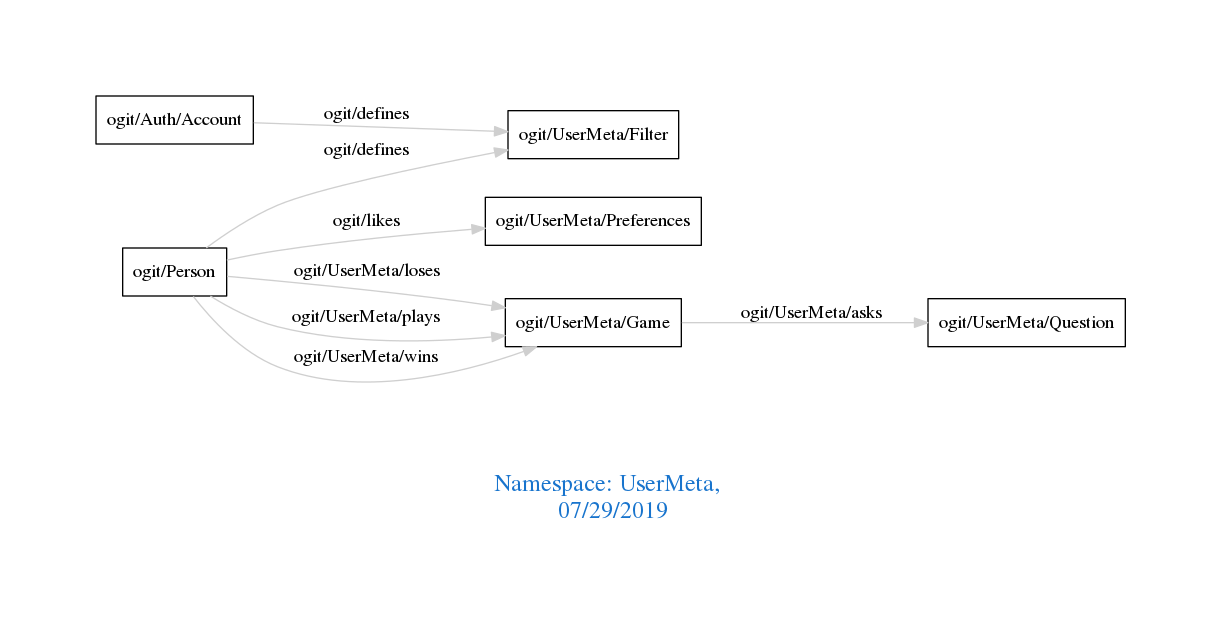
The Graphviz diagram downloads/UserMeta.png in arago/OGIT, before a commit. Its source is kept beside it as downloads/UserMeta.dot.
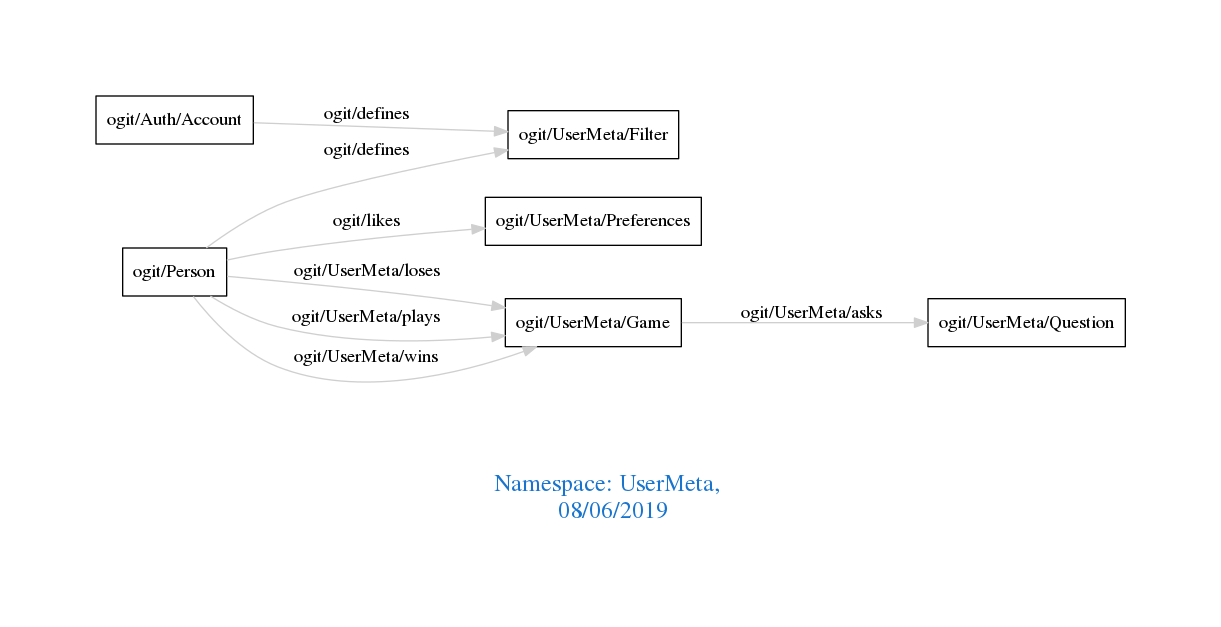
The same diagram one commit later.

The edit, as a diff of the source:
```diff
@@ -1,7 +1,7 @@
 digraph OGIT_ontology {
  graph [ rankdir= LR,pad=1
 fontsize = 18,
-fontcolor= dodgerblue3,label = "\n\n\nNamespace: UserMeta, \n 07/29/2019"];
+fontcolor= dodgerblue3,label = "\n\n\nNamespace: UserMeta, \n 08/06/2019"];
 node[shape=polygon];
 edge [  color="gray81"];
 
```
